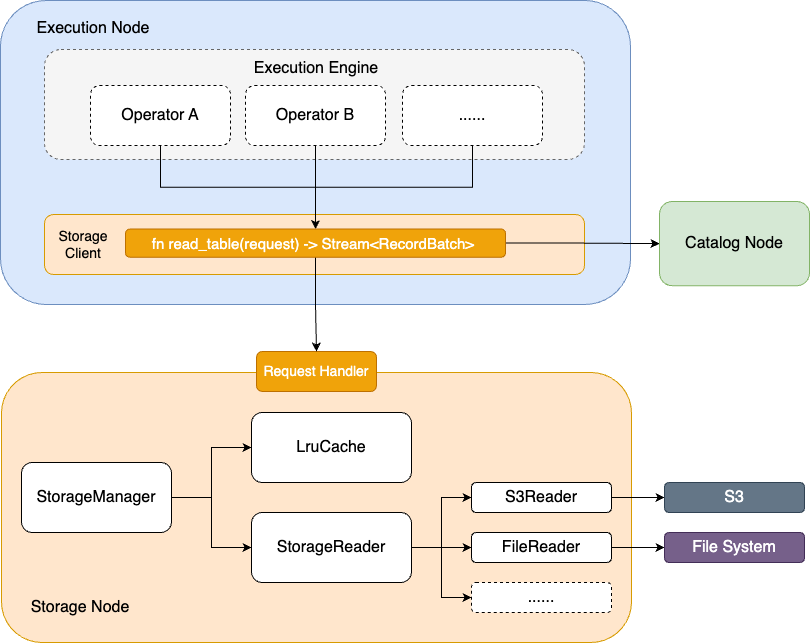
Earlier version of the draw.io export docs/figs/io-arch.png (cmu-db/15721-s24-cache1). Source tidied: cells renumbered, new cells last; positions are measured from the earlier drawing's top-left corner, leaving out a move shared by most shapes. Source of this version:
```xml
<mxGraphModel>
  <root>
    <mxCell id="0" />
    <mxCell id="1" parent="0" />
    <mxCell id="2" style="rounded=1;whiteSpace=wrap;html=1;fillColor=#dae8fc;strokeColor=#6c8ebf;" parent="1" vertex="1">
      <mxGeometry width="630" height="304" as="geometry" />
    </mxCell>
    <mxCell id="3" style="rounded=1;whiteSpace=wrap;html=1;fillColor=#ffe6cc;strokeColor=#d79b00;" parent="1" vertex="1">
      <mxGeometry x="1" y="372" width="630" height="270" as="geometry" />
    </mxCell>
    <mxCell id="4" value="LruCache" style="rounded=1;whiteSpace=wrap;html=1;fontSize=16;" parent="1" vertex="1">
      <mxGeometry x="251" y="412" width="160" height="70" as="geometry" />
    </mxCell>
    <mxCell id="5" style="edgeStyle=orthogonalEdgeStyle;rounded=0;jettySize=auto;html=1;exitX=1;exitY=0.5;exitDx=0;exitDy=0;entryX=0;entryY=0.5;entryDx=0;entryDy=0;" parent="1" edge="1" source="7" target="9">
      <mxGeometry relative="1" as="geometry" />
    </mxCell>
    <mxCell id="6" style="edgeStyle=orthogonalEdgeStyle;rounded=0;jettySize=auto;html=1;exitX=1;exitY=0.5;exitDx=0;exitDy=0;entryX=0;entryY=0.5;entryDx=0;entryDy=0;" parent="1" edge="1" source="7" target="13">
      <mxGeometry relative="1" as="geometry" />
    </mxCell>
    <mxCell id="7" value="StorageReader" style="rounded=1;whiteSpace=wrap;html=1;fontSize=16;" parent="1" vertex="1">
      <mxGeometry x="251" y="512" width="160" height="70" as="geometry" />
    </mxCell>
    <mxCell id="8" style="edgeStyle=orthogonalEdgeStyle;rounded=0;jettySize=auto;html=1;exitX=1;exitY=0.5;exitDx=0;exitDy=0;entryX=0;entryY=0.5;entryDx=0;entryDy=0;" parent="1" edge="1" source="9" target="34">
      <mxGeometry relative="1" as="geometry" />
    </mxCell>
    <mxCell id="9" value="S3Reader" style="rounded=1;whiteSpace=wrap;html=1;fontSize=16;" parent="1" vertex="1">
      <mxGeometry x="471" y="482" width="140" height="30" as="geometry" />
    </mxCell>
    <mxCell id="10" style="edgeStyle=orthogonalEdgeStyle;rounded=0;jettySize=auto;html=1;exitX=1;exitY=0.5;exitDx=0;exitDy=0;entryX=0;entryY=0.5;entryDx=0;entryDy=0;" parent="1" edge="1" source="7" target="12">
      <mxGeometry relative="1" as="geometry" />
    </mxCell>
    <mxCell id="11" style="edgeStyle=orthogonalEdgeStyle;rounded=0;jettySize=auto;html=1;exitX=1;exitY=0.5;exitDx=0;exitDy=0;entryX=0;entryY=0.5;entryDx=0;entryDy=0;" parent="1" edge="1" source="12" target="35">
      <mxGeometry relative="1" as="geometry" />
    </mxCell>
    <mxCell id="12" value="FileReader" style="rounded=1;whiteSpace=wrap;html=1;fontSize=16;" parent="1" vertex="1">
      <mxGeometry x="471" y="532" width="140" height="30" as="geometry" />
    </mxCell>
    <mxCell id="13" value="......" style="rounded=1;whiteSpace=wrap;html=1;fontSize=16;dashed=1;" parent="1" vertex="1">
      <mxGeometry x="471" y="582" width="140" height="30" as="geometry" />
    </mxCell>
    <mxCell id="14" style="edgeStyle=orthogonalEdgeStyle;rounded=0;jettySize=auto;html=1;exitX=1;exitY=0.5;exitDx=0;exitDy=0;entryX=0;entryY=0.5;entryDx=0;entryDy=0;" parent="1" edge="1" source="16" target="4">
      <mxGeometry relative="1" as="geometry" />
    </mxCell>
    <mxCell id="15" style="edgeStyle=orthogonalEdgeStyle;rounded=0;jettySize=auto;html=1;exitX=1;exitY=0.5;exitDx=0;exitDy=0;entryX=0;entryY=0.5;entryDx=0;entryDy=0;" parent="1" edge="1" source="16" target="7">
      <mxGeometry relative="1" as="geometry" />
    </mxCell>
    <mxCell id="16" value="StorageManager" style="rounded=1;whiteSpace=wrap;html=1;fontSize=16;" parent="1" vertex="1">
      <mxGeometry x="21" y="462" width="150" height="70" as="geometry" />
    </mxCell>
    <mxCell id="17" value="&lt;font style=&quot;font-size: 16px;&quot;&gt;Storage Node&lt;/font&gt;" style="text;html=1;strokeColor=none;fillColor=none;align=center;verticalAlign=middle;whiteSpace=wrap;rounded=0;" parent="1" vertex="1">
      <mxGeometry x="10" y="592" width="140" height="30" as="geometry" />
    </mxCell>
    <mxCell id="18" value="Operator A" style="rounded=1;whiteSpace=wrap;html=1;fontSize=16;dashed=1;fillColor=#f5f5f5;fontColor=#333333;strokeColor=#666666;" parent="1" vertex="1">
      <mxGeometry x="44" y="49" width="540" height="110" as="geometry" />
    </mxCell>
    <mxCell id="19" value="Operator A" style="rounded=1;whiteSpace=wrap;html=1;fontSize=16;dashed=1;" parent="1" vertex="1">
      <mxGeometry x="90" y="85" width="140" height="60" as="geometry" />
    </mxCell>
    <mxCell id="20" style="edgeStyle=orthogonalEdgeStyle;rounded=0;jettySize=auto;html=1;exitX=0.5;exitY=1;exitDx=0;exitDy=0;entryX=0.5;entryY=0;entryDx=0;entryDy=0;" parent="1" edge="1" source="21" target="30">
      <mxGeometry relative="1" as="geometry" />
    </mxCell>
    <mxCell id="21" value="Operator B" style="rounded=1;whiteSpace=wrap;html=1;fontSize=16;dashed=1;" parent="1" vertex="1">
      <mxGeometry x="245" y="85" width="140" height="60" as="geometry" />
    </mxCell>
    <mxCell id="22" style="edgeStyle=orthogonalEdgeStyle;rounded=0;jettySize=auto;html=1;exitX=0.5;exitY=1;exitDx=0;exitDy=0;entryX=0.5;entryY=0;entryDx=0;entryDy=0;" parent="1" edge="1" source="23" target="30">
      <mxGeometry relative="1" as="geometry" />
    </mxCell>
    <mxCell id="23" value="......" style="rounded=1;whiteSpace=wrap;html=1;fontSize=16;dashed=1;" parent="1" vertex="1">
      <mxGeometry x="402" y="85" width="140" height="60" as="geometry" />
    </mxCell>
    <mxCell id="24" value="&lt;font style=&quot;font-size: 16px;&quot;&gt;Execution Node&lt;/font&gt;" style="text;html=1;strokeColor=none;fillColor=none;align=center;verticalAlign=middle;whiteSpace=wrap;rounded=0;" parent="1" vertex="1">
      <mxGeometry x="23" y="13" width="140" height="30" as="geometry" />
    </mxCell>
    <mxCell id="25" value="&lt;font style=&quot;font-size: 16px;&quot;&gt;Execution Engine&lt;/font&gt;" style="text;html=1;strokeColor=none;fillColor=none;align=center;verticalAlign=middle;whiteSpace=wrap;rounded=0;" parent="1" vertex="1">
      <mxGeometry x="246" y="53" width="140" height="30" as="geometry" />
    </mxCell>
    <mxCell id="26" style="rounded=1;whiteSpace=wrap;html=1;fillColor=#ffe6cc;strokeColor=#d79b00;" parent="1" vertex="1">
      <mxGeometry x="44" y="214" width="540" height="60" as="geometry" />
    </mxCell>
    <mxCell id="27" value="&lt;font style=&quot;font-size: 14px;&quot;&gt;Request Handler&lt;/font&gt;" style="rounded=1;whiteSpace=wrap;html=1;fillColor=#f0a30a;strokeColor=#BD7000;fontColor=#FFFFFF;" parent="1" vertex="1">
      <mxGeometry x="256" y="351" width="120" height="40" as="geometry" />
    </mxCell>
    <mxCell id="28" style="edgeStyle=orthogonalEdgeStyle;rounded=0;jettySize=auto;html=1;exitX=0.5;exitY=1;exitDx=0;exitDy=0;entryX=0.5;entryY=0;entryDx=0;entryDy=0;" parent="1" edge="1" source="30" target="27">
      <mxGeometry relative="1" as="geometry" />
    </mxCell>
    <mxCell id="29" style="edgeStyle=orthogonalEdgeStyle;rounded=0;jettySize=auto;html=1;exitX=1;exitY=0.5;exitDx=0;exitDy=0;entryX=0;entryY=0.5;entryDx=0;entryDy=0;" parent="1" edge="1" source="30" target="36">
      <mxGeometry relative="1" as="geometry" />
    </mxCell>
    <mxCell id="30" value="&lt;div style=&quot;font-size: 15px;&quot;&gt;fn read_table(&lt;span style=&quot;background-color: initial; font-size: 15px;&quot;&gt;request&lt;/span&gt;&lt;span style=&quot;background-color: initial; font-size: 15px;&quot;&gt;) -&amp;gt; Stream&amp;lt;RecordBatch&amp;gt;&amp;nbsp;&lt;/span&gt;&lt;/div&gt;" style="rounded=1;whiteSpace=wrap;html=1;fillColor=#f0a30a;fontColor=#FFFFFF;strokeColor=#BD7000;fontSize=15;" parent="1" vertex="1">
      <mxGeometry x="125" y="228.5" width="380" height="28.2" as="geometry" />
    </mxCell>
    <mxCell id="31" value="&lt;font style=&quot;font-size: 14px;&quot;&gt;Storage Client&lt;/font&gt;" style="text;html=1;strokeColor=none;fillColor=none;align=center;verticalAlign=middle;whiteSpace=wrap;rounded=0;fontSize=14;" parent="1" vertex="1">
      <mxGeometry x="38" y="228.5" width="90" height="30" as="geometry" />
    </mxCell>
    <mxCell id="32" style="edgeStyle=orthogonalEdgeStyle;rounded=0;orthogonalLoop=1;jettySize=auto;html=1;exitX=0.5;exitY=1;exitDx=0;exitDy=0;" parent="1" edge="1" source="26" target="26">
      <mxGeometry relative="1" as="geometry" />
    </mxCell>
    <mxCell id="33" style="edgeStyle=orthogonalEdgeStyle;rounded=0;jettySize=auto;html=1;exitX=0.5;exitY=1;exitDx=0;exitDy=0;entryX=0.5;entryY=0;entryDx=0;entryDy=0;" parent="1" edge="1" source="19" target="30">
      <mxGeometry relative="1" as="geometry" />
    </mxCell>
    <mxCell id="34" value="S3" style="rounded=1;whiteSpace=wrap;html=1;fontSize=16;fillColor=#647687;fontColor=#ffffff;strokeColor=#314354;" parent="1" vertex="1">
      <mxGeometry x="664" y="482" width="140" height="30" as="geometry" />
    </mxCell>
    <mxCell id="35" value="File System" style="rounded=1;whiteSpace=wrap;html=1;fontSize=16;fillColor=#76608a;fontColor=#ffffff;strokeColor=#432D57;" parent="1" vertex="1">
      <mxGeometry x="664" y="532" width="140" height="30" as="geometry" />
    </mxCell>
    <mxCell id="36" value="&lt;font style=&quot;font-size: 16px;&quot;&gt;Catalog Node&lt;/font&gt;" style="rounded=1;whiteSpace=wrap;html=1;fillColor=#d5e8d4;strokeColor=#82b366;fontSize=16;" parent="1" vertex="1">
      <mxGeometry x="659" y="201" width="150" height="84.2" as="geometry" />
    </mxCell>
  </root>
</mxGraphModel>
```
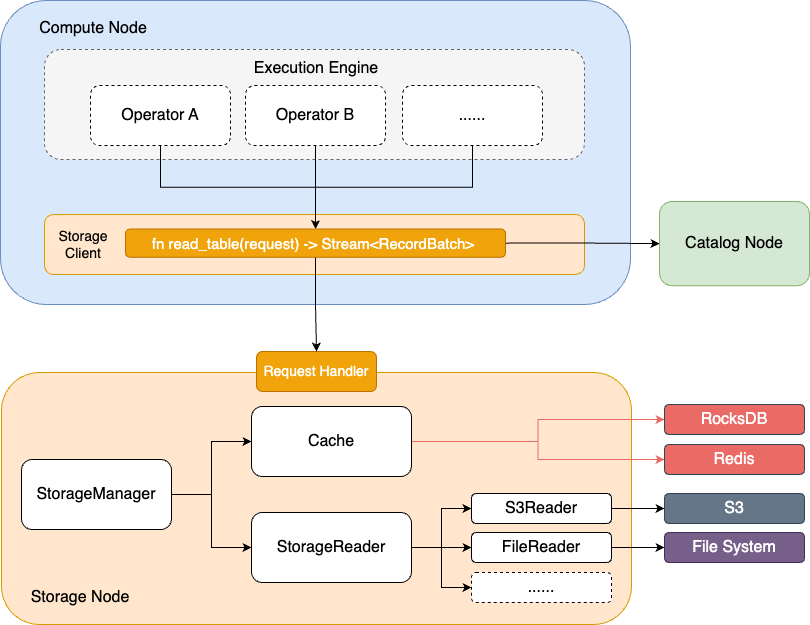
Later version of the same file.

Diff of the diagram source:
```diff
@@ -6,10 +6,16 @@
       <mxGeometry width="630" height="304" as="geometry" />
     </mxCell>
     <mxCell id="3" style="rounded=1;whiteSpace=wrap;html=1;fillColor=#ffe6cc;strokeColor=#d79b00;" parent="1" vertex="1">
-      <mxGeometry x="1" y="372" width="630" height="270" as="geometry" />
+      <mxGeometry x="1" y="372" width="630" height="252" as="geometry" />
     </mxCell>
+    <mxCell id="37" style="edgeStyle=orthogonalEdgeStyle;rounded=0;jettySize=auto;html=1;exitX=1;exitY=0.5;exitDx=0;exitDy=0;entryX=0;entryY=0.5;entryDx=0;entryDy=0;fillColor=#EA6B66;strokeColor=#EA6B66;" parent="1" edge="1" source="4" target="39">
+      <mxGeometry relative="1" as="geometry" />
+    </mxCell>
+    <mxCell id="38" style="edgeStyle=orthogonalEdgeStyle;rounded=0;jettySize=auto;html=1;exitX=1;exitY=0.5;exitDx=0;exitDy=0;entryX=0;entryY=0.5;entryDx=0;entryDy=0;fillColor=#EA6B66;strokeColor=#EA6B66;" parent="1" edge="1" source="4" target="40">
+      <mxGeometry relative="1" as="geometry" />
+    </mxCell>
-    <mxCell id="4" value="LruCache" style="rounded=1;whiteSpace=wrap;html=1;fontSize=16;" parent="1" vertex="1">
-      <mxGeometry x="251" y="412" width="160" height="70" as="geometry" />
+    <mxCell id="4" value="Cache" style="rounded=1;whiteSpace=wrap;html=1;fontSize=16;" parent="1" vertex="1">
+      <mxGeometry x="251" y="406" width="160" height="70" as="geometry" />
     </mxCell>
     <mxCell id="5" style="edgeStyle=orthogonalEdgeStyle;rounded=0;jettySize=auto;html=1;exitX=1;exitY=0.5;exitDx=0;exitDy=0;entryX=0;entryY=0.5;entryDx=0;entryDy=0;" parent="1" edge="1" source="7" target="9">
       <mxGeometry relative="1" as="geometry" />
@@ -24,7 +30,7 @@
       <mxGeometry relative="1" as="geometry" />
     </mxCell>
     <mxCell id="9" value="S3Reader" style="rounded=1;whiteSpace=wrap;html=1;fontSize=16;" parent="1" vertex="1">
-      <mxGeometry x="471" y="482" width="140" height="30" as="geometry" />
+      <mxGeometry x="471" y="493" width="140" height="30" as="geometry" />
     </mxCell>
     <mxCell id="10" style="edgeStyle=orthogonalEdgeStyle;rounded=0;jettySize=auto;html=1;exitX=1;exitY=0.5;exitDx=0;exitDy=0;entryX=0;entryY=0.5;entryDx=0;entryDy=0;" parent="1" edge="1" source="7" target="12">
       <mxGeometry relative="1" as="geometry" />
@@ -36,7 +42,7 @@
       <mxGeometry x="471" y="532" width="140" height="30" as="geometry" />
     </mxCell>
     <mxCell id="13" value="......" style="rounded=1;whiteSpace=wrap;html=1;fontSize=16;dashed=1;" parent="1" vertex="1">
-      <mxGeometry x="471" y="582" width="140" height="30" as="geometry" />
+      <mxGeometry x="471" y="572" width="140" height="30" as="geometry" />
     </mxCell>
     <mxCell id="14" style="edgeStyle=orthogonalEdgeStyle;rounded=0;jettySize=auto;html=1;exitX=1;exitY=0.5;exitDx=0;exitDy=0;entryX=0;entryY=0.5;entryDx=0;entryDy=0;" parent="1" edge="1" source="16" target="4">
       <mxGeometry relative="1" as="geometry" />
@@ -45,10 +51,10 @@
       <mxGeometry relative="1" as="geometry" />
     </mxCell>
     <mxCell id="16" value="StorageManager" style="rounded=1;whiteSpace=wrap;html=1;fontSize=16;" parent="1" vertex="1">
-      <mxGeometry x="21" y="462" width="150" height="70" as="geometry" />
+      <mxGeometry x="21" y="459" width="150" height="70" as="geometry" />
     </mxCell>
     <mxCell id="17" value="&lt;font style=&quot;font-size: 16px;&quot;&gt;Storage Node&lt;/font&gt;" style="text;html=1;strokeColor=none;fillColor=none;align=center;verticalAlign=middle;whiteSpace=wrap;rounded=0;" parent="1" vertex="1">
-      <mxGeometry x="10" y="592" width="140" height="30" as="geometry" />
+      <mxGeometry x="10" y="582" width="140" height="30" as="geometry" />
     </mxCell>
     <mxCell id="18" value="Operator A" style="rounded=1;whiteSpace=wrap;html=1;fontSize=16;dashed=1;fillColor=#f5f5f5;fontColor=#333333;strokeColor=#666666;" parent="1" vertex="1">
       <mxGeometry x="44" y="49" width="540" height="110" as="geometry" />
@@ -68,7 +74,7 @@
     <mxCell id="23" value="......" style="rounded=1;whiteSpace=wrap;html=1;fontSize=16;dashed=1;" parent="1" vertex="1">
       <mxGeometry x="402" y="85" width="140" height="60" as="geometry" />
     </mxCell>
-    <mxCell id="24" value="&lt;font style=&quot;font-size: 16px;&quot;&gt;Execution Node&lt;/font&gt;" style="text;html=1;strokeColor=none;fillColor=none;align=center;verticalAlign=middle;whiteSpace=wrap;rounded=0;" parent="1" vertex="1">
+    <mxCell id="24" value="&lt;font style=&quot;font-size: 16px;&quot;&gt;Compute Node&lt;/font&gt;" style="text;html=1;strokeColor=none;fillColor=none;align=center;verticalAlign=middle;whiteSpace=wrap;rounded=0;" parent="1" vertex="1">
       <mxGeometry x="23" y="13" width="140" height="30" as="geometry" />
     </mxCell>
     <mxCell id="25" value="&lt;font style=&quot;font-size: 16px;&quot;&gt;Execution Engine&lt;/font&gt;" style="text;html=1;strokeColor=none;fillColor=none;align=center;verticalAlign=middle;whiteSpace=wrap;rounded=0;" parent="1" vertex="1">
@@ -99,7 +105,7 @@
       <mxGeometry relative="1" as="geometry" />
     </mxCell>
     <mxCell id="34" value="S3" style="rounded=1;whiteSpace=wrap;html=1;fontSize=16;fillColor=#647687;fontColor=#ffffff;strokeColor=#314354;" parent="1" vertex="1">
-      <mxGeometry x="664" y="482" width="140" height="30" as="geometry" />
+      <mxGeometry x="664" y="493" width="140" height="30" as="geometry" />
     </mxCell>
     <mxCell id="35" value="File System" style="rounded=1;whiteSpace=wrap;html=1;fontSize=16;fillColor=#76608a;fontColor=#ffffff;strokeColor=#432D57;" parent="1" vertex="1">
       <mxGeometry x="664" y="532" width="140" height="30" as="geometry" />
@@ -107,5 +113,11 @@
     <mxCell id="36" value="&lt;font style=&quot;font-size: 16px;&quot;&gt;Catalog Node&lt;/font&gt;" style="rounded=1;whiteSpace=wrap;html=1;fillColor=#d5e8d4;strokeColor=#82b366;fontSize=16;" parent="1" vertex="1">
       <mxGeometry x="659" y="201" width="150" height="84.2" as="geometry" />
     </mxCell>
+    <mxCell id="39" value="RocksDB" style="rounded=1;whiteSpace=wrap;html=1;fontSize=16;fillColor=#EA6B66;fontColor=#ffffff;strokeColor=#314354;" parent="1" vertex="1">
+      <mxGeometry x="664" y="404" width="140" height="30" as="geometry" />
+    </mxCell>
+    <mxCell id="40" value="Redis" style="rounded=1;whiteSpace=wrap;html=1;fontSize=16;fillColor=#EA6B66;fontColor=#ffffff;strokeColor=#314354;" parent="1" vertex="1">
+      <mxGeometry x="664" y="444" width="140" height="30" as="geometry" />
+    </mxCell>
   </root>
 </mxGraphModel>
```
